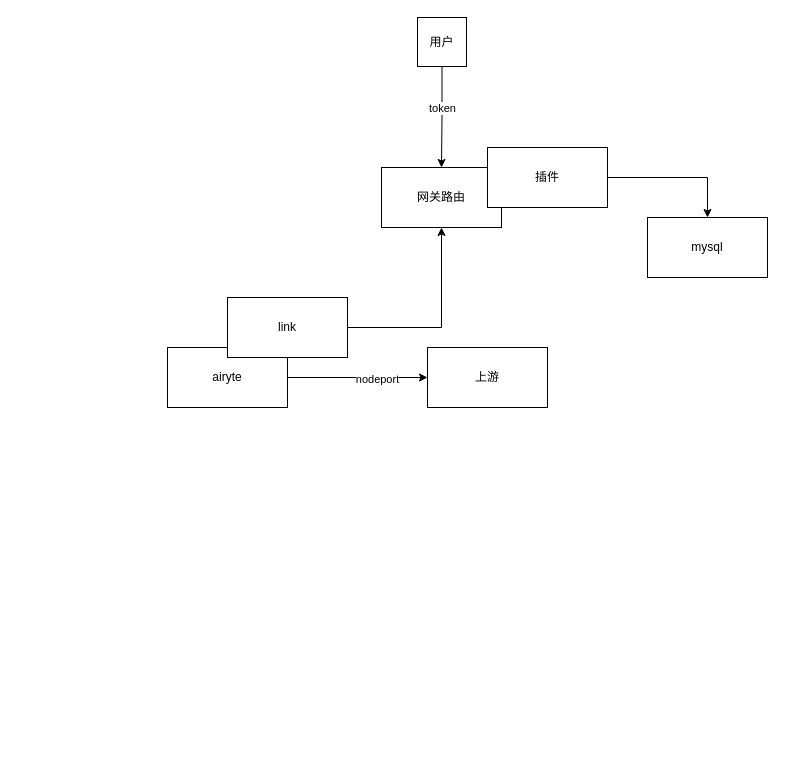
Earlier version of the draw.io diagram java/未命名绘图.drawio (basion187559/draw.io). Source tidied: cells renumbered, new cells numbered last; positions are measured from the earlier drawing's top-left corner, leaving out a move shared by most shapes. Both pictures are drawn from the tidied source at 100%, with x=0, y=0 at pixel (167, 17).
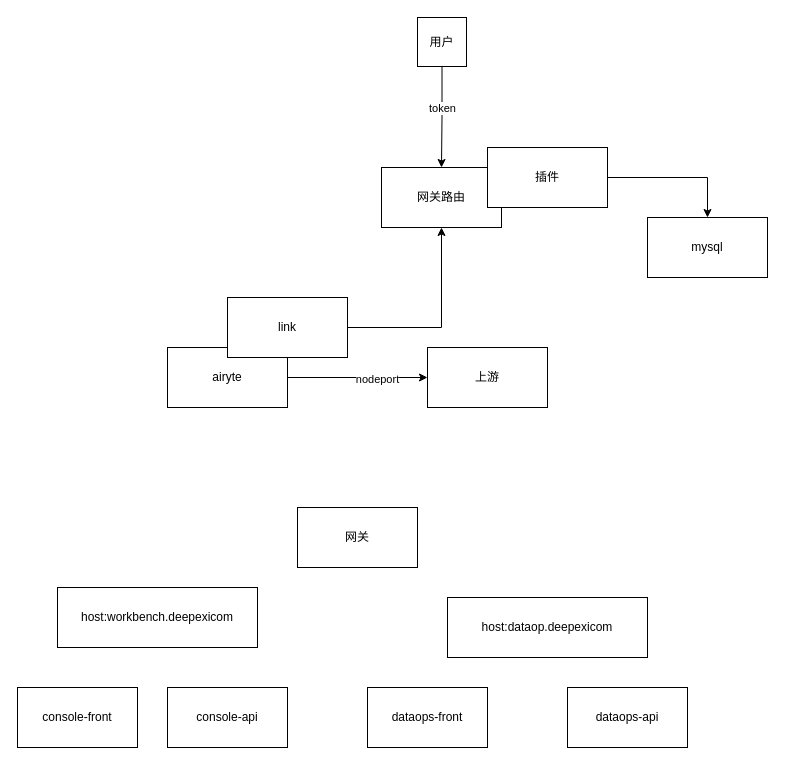
The same page after the edit.

Commit message:
更新未命名绘图.drawio

Change to the diagram source:
```diff
@@
+    <mxCell id="15" value="网关" style="rounded=0;whiteSpace=wrap;html=1;" parent="1" vertex="1">
+      <mxGeometry x="130" y="490" width="120" height="60" as="geometry" />
+    </mxCell>
+    <mxCell id="16" value="host:dataop.deepexicom" style="rounded=0;whiteSpace=wrap;html=1;" parent="1" vertex="1">
+      <mxGeometry x="280" y="580" width="200" height="60" as="geometry" />
+    </mxCell>
+    <mxCell id="17" value="host:workbench.deepexicom" style="rounded=0;whiteSpace=wrap;html=1;" parent="1" vertex="1">
+      <mxGeometry x="-110" y="570" width="200" height="60" as="geometry" />
+    </mxCell>
+    <mxCell id="18" value="console-front" style="rounded=0;whiteSpace=wrap;html=1;" parent="1" vertex="1">
+      <mxGeometry x="-150" y="670" width="120" height="60" as="geometry" />
+    </mxCell>
+    <mxCell id="19" value="console-api" style="rounded=0;whiteSpace=wrap;html=1;" parent="1" vertex="1">
+      <mxGeometry y="670" width="120" height="60" as="geometry" />
+    </mxCell>
+    <mxCell id="20" value="dataops-front" style="rounded=0;whiteSpace=wrap;html=1;" parent="1" vertex="1">
+      <mxGeometry x="200" y="670" width="120" height="60" as="geometry" />
+    </mxCell>
+    <mxCell id="21" value="dataops-api" style="rounded=0;whiteSpace=wrap;html=1;" parent="1" vertex="1">
+      <mxGeometry x="400" y="670" width="120" height="60" as="geometry" />
+    </mxCell>
```
